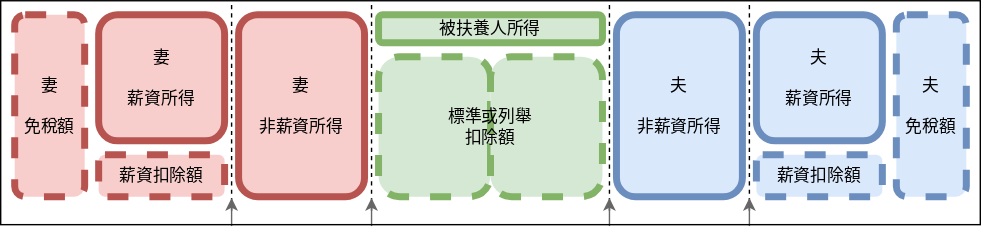
This is content/posts/leveraging-childrens-tax-allowance/married-tax-options.svg from oopzzozzo/route-110, a draw.io export, as it was before one commit. Source tidied: cells renumbered, new cells last; positions are measured from the earlier drawing's top-left corner, leaving out a move shared by most shapes.
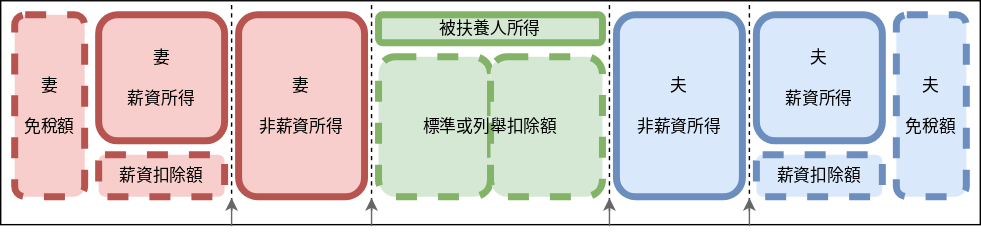
The same file after the commit.

Diff of the diagram source:
```diff
@@ -2,9 +2,9 @@
   <root>
     <mxCell id="0" />
     <mxCell id="1" parent="0" />
-    <mxCell id="2" value="&lt;div&gt;標準或列舉&lt;/div&gt;&lt;div&gt;扣除額&lt;/div&gt;" style="rounded=1;whiteSpace=wrap;html=1;fillColor=#d5e8d4;strokeColor=#82b366;strokeWidth=5;dashed=1;" parent="1" vertex="1">
-      <mxGeometry x="270" y="40" width="160" height="100" as="geometry" />
-    </mxCell>
+    <mxCell id="20" style="rounded=0;whiteSpace=wrap;html=1;fillColor=none;" parent="1" vertex="1">
+      <mxGeometry width="700" height="160" as="geometry" />
+    </mxCell>
     <mxCell id="3" value="被扶養人所得" style="rounded=1;whiteSpace=wrap;html=1;fillColor=#d5e8d4;strokeColor=#82b366;strokeWidth=5;" parent="1" vertex="1">
       <mxGeometry x="270" y="10" width="160" height="20" as="geometry" />
     </mxCell>
@@ -80,8 +80,14 @@
         <mxPoint x="535" y="141" as="targetPoint" />
       </mxGeometry>
     </mxCell>
-    <mxCell id="20" style="rounded=0;whiteSpace=wrap;html=1;fillColor=none;" parent="1" vertex="1">
-      <mxGeometry width="700" height="160" as="geometry" />
-    </mxCell>
+    <mxCell id="21" style="rounded=1;whiteSpace=wrap;html=1;fillColor=#d5e8d4;strokeColor=#82b366;strokeWidth=5;dashed=1;" parent="1" vertex="1">
+      <mxGeometry x="270" y="40" width="80" height="100" as="geometry" />
+    </mxCell>
+    <mxCell id="22" style="rounded=1;whiteSpace=wrap;html=1;fillColor=#d5e8d4;strokeColor=#82b366;strokeWidth=5;dashed=1;" parent="1" vertex="1">
+      <mxGeometry x="350" y="40" width="80" height="100" as="geometry" />
+    </mxCell>
+    <mxCell id="23" value="&lt;div&gt;標準或列舉扣除額&lt;/div&gt;" style="text;whiteSpace=wrap;html=1;align=center;verticalAlign=middle;" parent="1" vertex="1">
+      <mxGeometry x="270" y="40" width="160" height="100" as="geometry" />
+    </mxCell>
   </root>
 </mxGraphModel>
```
